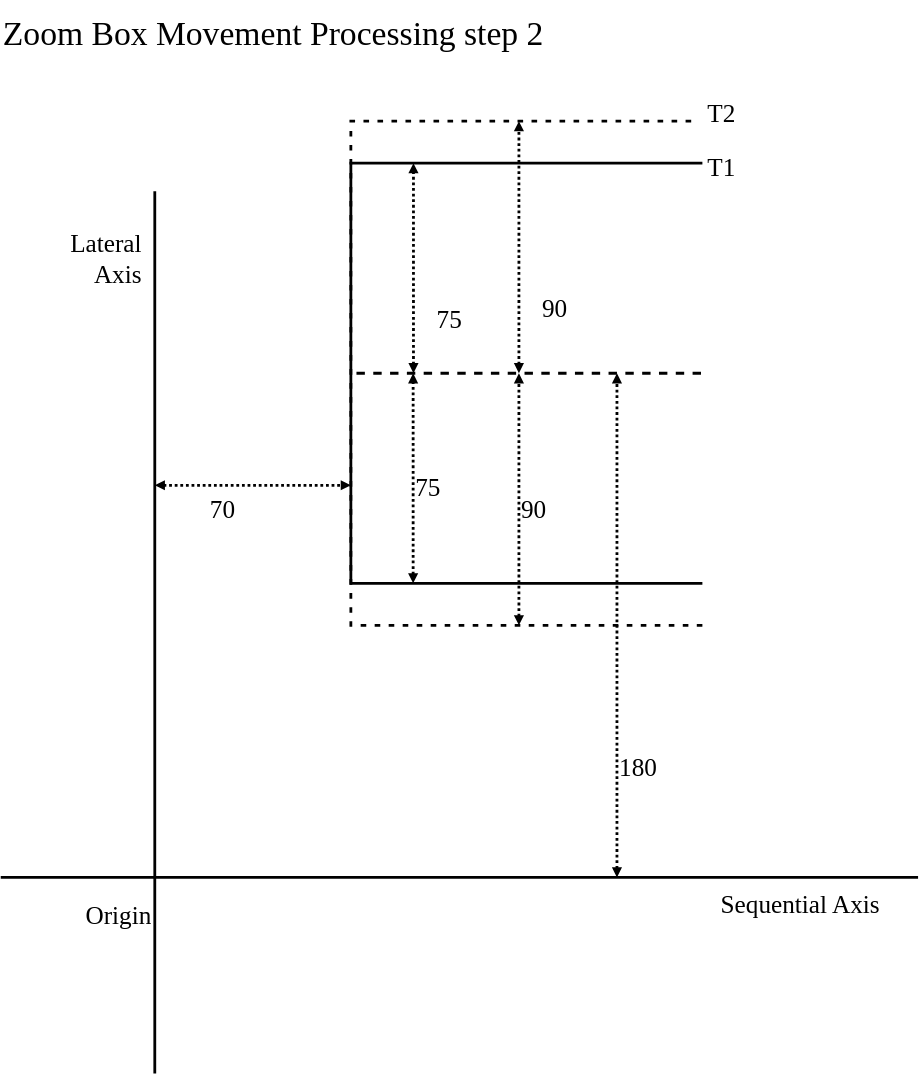
The draw.io diagram documents/Specification/07ZoomBoxMovement/MoveProcessing02.svg in dasher-project/dasher-web, before a commit. Source tidied: cells renumbered, new cells last; positions are measured from the earlier drawing's top-left corner, leaving out a move shared by most shapes.
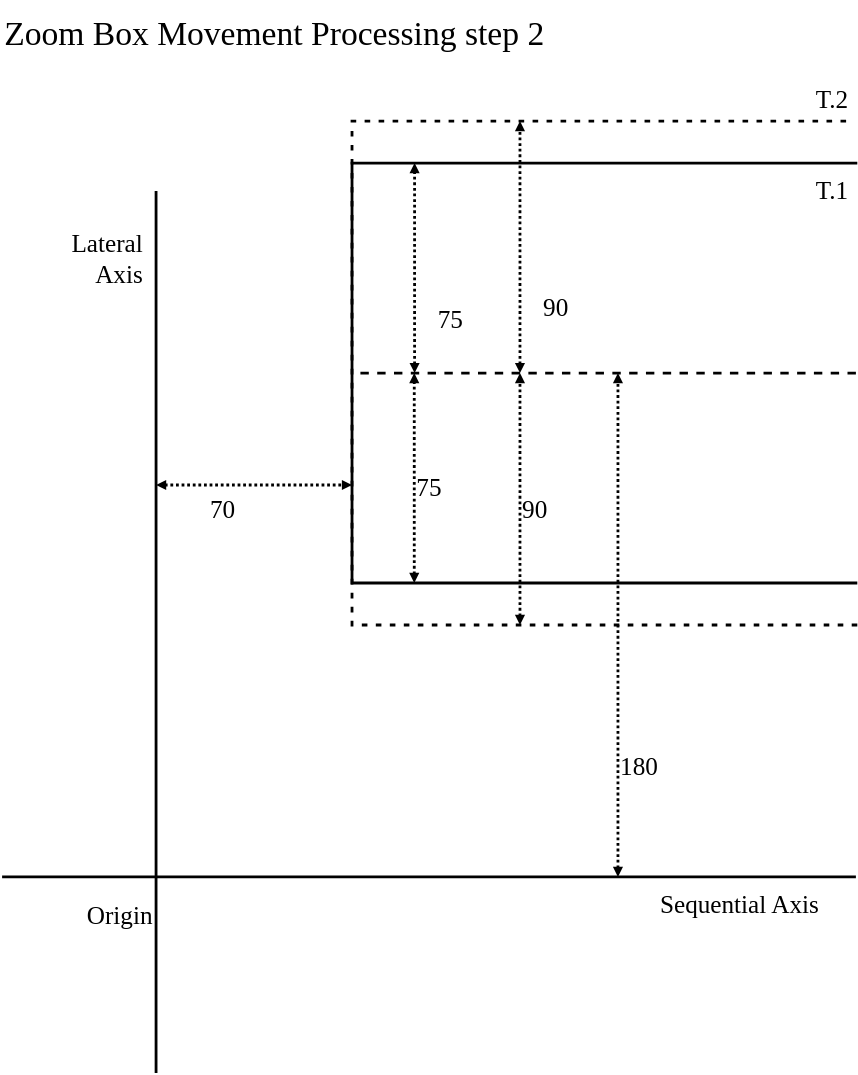
The same file after the commit.

Change to the diagram source:
```diff
@@ -2,11 +2,11 @@
   <root>
     <mxCell id="0" />
     <mxCell id="1" parent="0" />
-    <mxCell id="2" value="T2" style="shape=partialRectangle;whiteSpace=wrap;bottom=1;top=1;fillColor=none;strokeWidth=2;fontSize=18;right=0;fontFamily=Verdana;align=left;verticalAlign=top;spacing=5;labelPosition=right;verticalLabelPosition=middle;dashed=1;dashPattern=1 4;spacingBottom=-25;spacingTop=-25;" parent="1" vertex="1">
-      <mxGeometry x="250" y="85" width="250" height="360" as="geometry" />
+    <mxCell id="2" value="T.2" style="shape=partialRectangle;whiteSpace=wrap;bottom=1;top=1;fillColor=none;strokeWidth=2;fontSize=18;right=0;fontFamily=Verdana;align=right;verticalAlign=top;spacing=5;labelPosition=center;verticalLabelPosition=middle;dashed=1;dashPattern=1 4;spacingBottom=0;spacingTop=-35;" parent="1" vertex="1">
+      <mxGeometry x="250" y="85" width="360" height="360" as="geometry" />
     </mxCell>
-    <mxCell id="3" value="T1" style="shape=partialRectangle;whiteSpace=wrap;bottom=1;top=1;fillColor=none;strokeWidth=2;fontSize=18;right=0;fontFamily=Verdana;align=left;verticalAlign=top;spacing=5;labelPosition=right;verticalLabelPosition=middle;spacingBottom=-16;spacingTop=-16;" parent="1" vertex="1">
-      <mxGeometry x="250" y="115" width="250" height="300" as="geometry" />
+    <mxCell id="3" value="T.1" style="shape=partialRectangle;whiteSpace=wrap;bottom=1;top=1;fillColor=none;strokeWidth=2;fontSize=18;right=0;fontFamily=Verdana;align=right;verticalAlign=top;spacing=5;labelPosition=center;verticalLabelPosition=middle;spacingBottom=-16;spacingTop=0;" parent="1" vertex="1">
+      <mxGeometry x="250" y="115" width="360" height="300" as="geometry" />
     </mxCell>
     <mxCell id="4" value="Lateral&#10;Axis" style="endArrow=none;fontSize=18;strokeWidth=2;endFill=0;endSize=10;labelBackgroundColor=none;spacingTop=0;align=right;rounded=0;elbow=vertical;fontFamily=Verdana;startArrow=none;startFill=0;spacing=9;verticalAlign=top;" parent="1" edge="1">
       <mxGeometry x="-0.96" relative="1" as="geometry">
@@ -17,7 +17,7 @@
     </mxCell>
     <mxCell id="5" value="Sequential Axis" style="endArrow=none;html=1;fontSize=18;strokeWidth=2;endFill=0;endSize=10;labelBackgroundColor=none;spacingTop=0;align=right;rounded=0;elbow=vertical;fontFamily=Verdana;startArrow=none;startFill=0;verticalAlign=top;spacing=5;" parent="1" edge="1">
       <mxGeometry x="-0.93" relative="1" as="geometry">
-        <mxPoint x="655" y="625" as="sourcePoint" />
+        <mxPoint x="610" y="625" as="sourcePoint" />
         <mxPoint y="625" as="targetPoint" />
       </mxGeometry>
     </mxCell>
```
